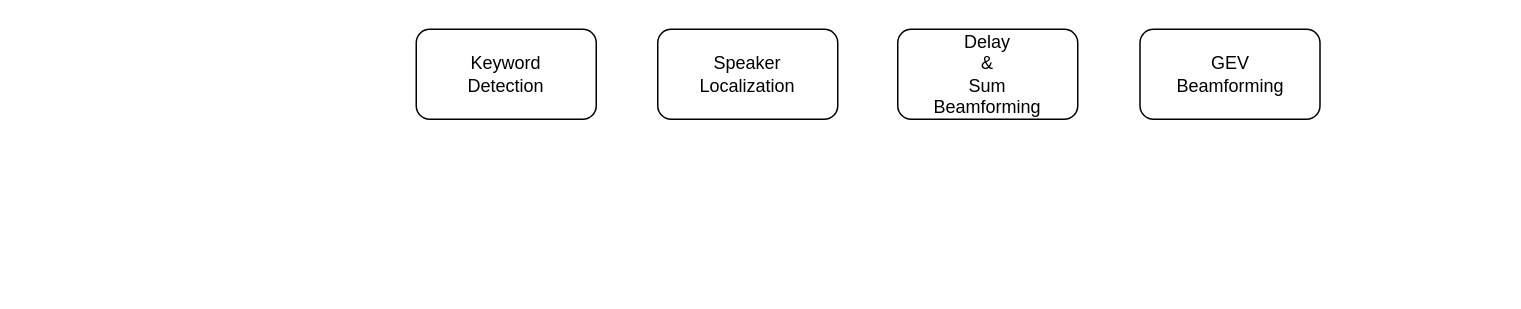
Above: vocadom_doa_se.drawio in sunits/Random (draw.io), before the change. Source tidied: cells renumbered, new cells numbered last; positions are measured from the earlier drawing's top-left corner, leaving out a move shared by most shapes. Both pictures are drawn from the tidied source at 150%, with x=0, y=0 at pixel (416, 28).
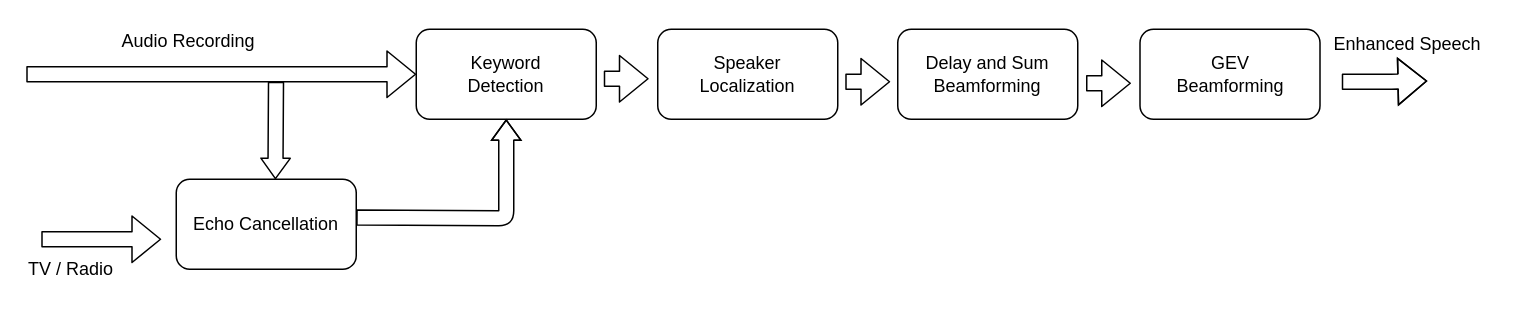
The same page after the edit.

Unchanged cells that the change refers to:
```xml
<mxCell id="3" value="&lt;div&gt;Keyword&lt;/div&gt;&lt;div&gt;Detection&lt;br&gt;&lt;/div&gt;" style="rounded=1;whiteSpace=wrap;html=1;comic=0;" parent="1" vertex="1">
  <mxGeometry width="120" height="60" as="geometry" />
</mxCell>
```

The edit, as a diff of the source:
```diff
@@
-    <mxCell id="4" value="&lt;div&gt;Delay&lt;/div&gt;&lt;div&gt;&amp;amp;&lt;/div&gt;&lt;div&gt;Sum&lt;/div&gt;&lt;div&gt;Beamforming&lt;br&gt;&lt;/div&gt;" style="rounded=1;whiteSpace=wrap;html=1;comic=0;" parent="1" vertex="1">
+    <mxCell id="4" value="&lt;div&gt;Delay and Sum&lt;/div&gt;&lt;div&gt;Beamforming&lt;br&gt;&lt;/div&gt;" style="rounded=1;whiteSpace=wrap;html=1;comic=0;" parent="1" vertex="1">
       <mxGeometry x="321" width="120" height="60" as="geometry" />
     </mxCell>
@@
+    <mxCell id="6" style="shape=flexArrow;endArrow=classic;html=1;" parent="1" edge="1">
+      <mxGeometry relative="1" as="geometry">
+        <mxPoint x="125" y="33" as="sourcePoint" />
+        <mxPoint x="155" y="33" as="targetPoint" />
+      </mxGeometry>
+    </mxCell>
+    <mxCell id="7" style="shape=flexArrow;endArrow=classic;html=1;" parent="1" edge="1">
+      <mxGeometry relative="1" as="geometry">
+        <mxPoint x="286" y="35" as="sourcePoint" />
+        <mxPoint x="316" y="35" as="targetPoint" />
+      </mxGeometry>
+    </mxCell>
+    <mxCell id="8" style="shape=flexArrow;endArrow=classic;html=1;" parent="1" edge="1">
+      <mxGeometry relative="1" as="geometry">
+        <mxPoint x="446.5" y="36" as="sourcePoint" />
+        <mxPoint x="476.5" y="36" as="targetPoint" />
+      </mxGeometry>
+    </mxCell>
+    <mxCell id="9" value="Echo Cancellation" style="rounded=1;whiteSpace=wrap;html=1;comic=0;" parent="1" vertex="1">
+      <mxGeometry x="-160" y="100" width="120" height="60" as="geometry" />
+    </mxCell>
+    <mxCell id="10" style="shape=flexArrow;endArrow=classic;html=1;" parent="1" edge="1">
+      <mxGeometry relative="1" as="geometry">
+        <mxPoint x="-250" y="140" as="sourcePoint" />
+        <mxPoint x="-170" y="140" as="targetPoint" />
+      </mxGeometry>
+    </mxCell>
+    <mxCell id="11" value="TV / Radio" style="text;html=1;strokeColor=none;fillColor=none;align=center;verticalAlign=middle;whiteSpace=wrap;rounded=0;" parent="1" vertex="1">
+      <mxGeometry x="-260" y="150" width="60" height="20" as="geometry" />
+    </mxCell>
+    <mxCell id="12" style="shape=flexArrow;endArrow=classic;html=1;entryX=0;entryY=0.5;entryDx=0;entryDy=0;" parent="1" edge="1" target="3">
+      <mxGeometry relative="1" as="geometry">
+        <mxPoint x="-260" y="30" as="sourcePoint" />
+      </mxGeometry>
+    </mxCell>
+    <mxCell id="13" style="shape=flexArrow;endArrow=classic;html=1;entryX=0.551;entryY=0.001;entryDx=0;entryDy=0;entryPerimeter=0;endWidth=8.604651162790699;endSize=4.186046511627907;" parent="1" edge="1" target="9">
+      <mxGeometry relative="1" as="geometry">
+        <mxPoint x="-93.5" y="35" as="sourcePoint" />
+      </mxGeometry>
+    </mxCell>
+    <mxCell id="14" value="Audio Recording" style="text;html=1;align=left;verticalAlign=top;spacingTop=-4;" parent="1" vertex="1">
+      <mxGeometry x="-198" y="-2" width="100" height="20" as="geometry" />
+    </mxCell>
+    <mxCell id="15" style="shape=flexArrow;endArrow=classic;html=1;endWidth=8.604651162790699;endSize=4.186046511627907;entryX=0.5;entryY=1;entryDx=0;entryDy=0;" parent="1" edge="1" target="3">
+      <mxGeometry relative="1" as="geometry">
+        <mxPoint x="-40" y="125.5" as="sourcePoint" />
+        <Array as="points">
+          <mxPoint x="60" y="126" />
+        </Array>
+      </mxGeometry>
+    </mxCell>
+    <mxCell id="16" style="shape=flexArrow;endArrow=classic;html=1;" parent="1" edge="1">
+      <mxGeometry relative="1" as="geometry">
+        <mxPoint x="617" y="35" as="sourcePoint" />
+        <mxPoint x="674" y="34.5" as="targetPoint" />
+        <Array as="points">
+          <mxPoint x="650" y="35" />
+        </Array>
+      </mxGeometry>
+    </mxCell>
+    <mxCell id="17" value="Enhanced Speech" style="text;html=1;align=left;verticalAlign=top;spacingTop=-4;" parent="1" vertex="1">
+      <mxGeometry x="610" width="110" height="20" as="geometry" />
+    </mxCell>
```
